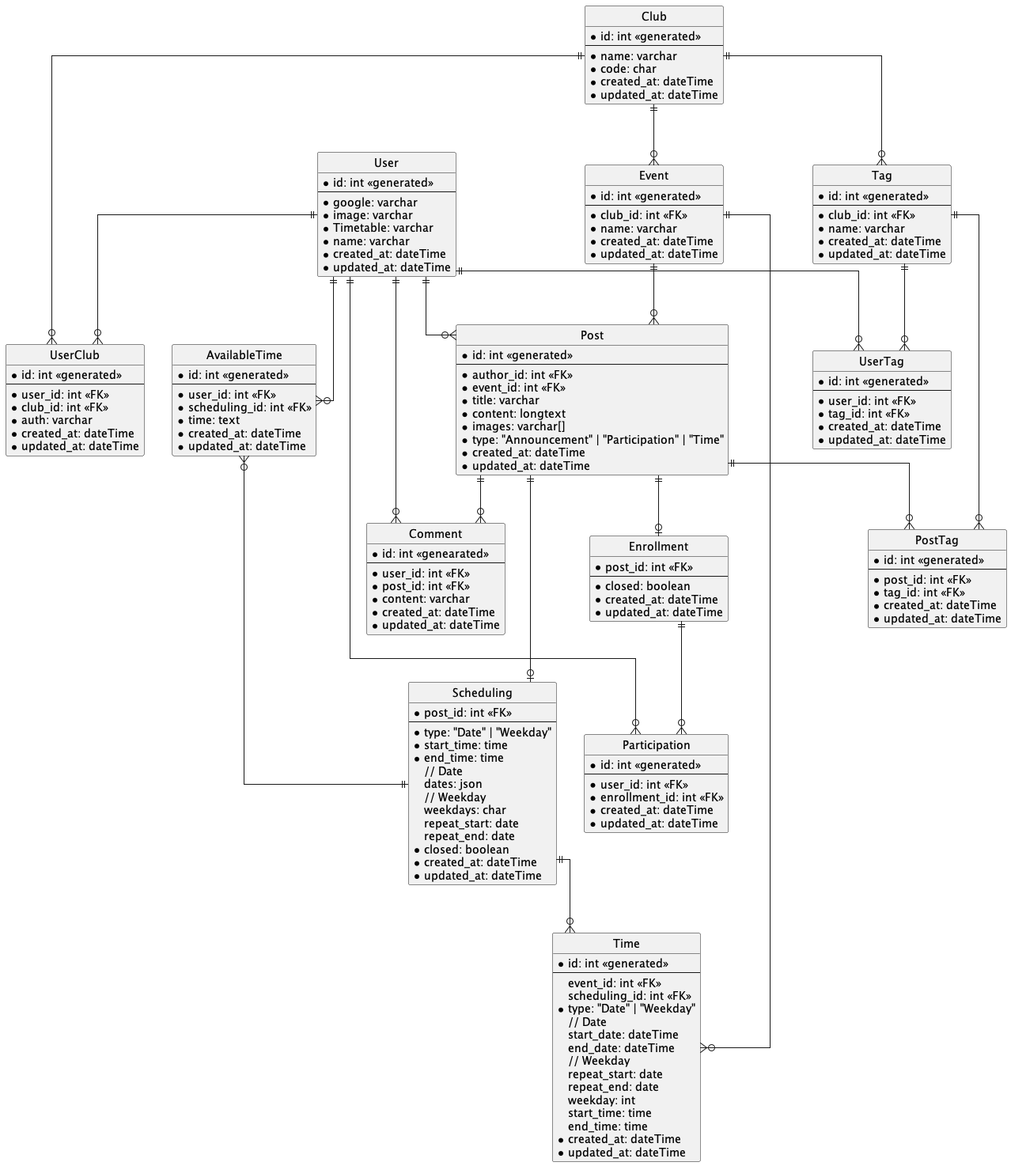
Earlier version of the PlantUML export udong-backend/docs/Udong.png (swsnu/swppfall2022-team1).
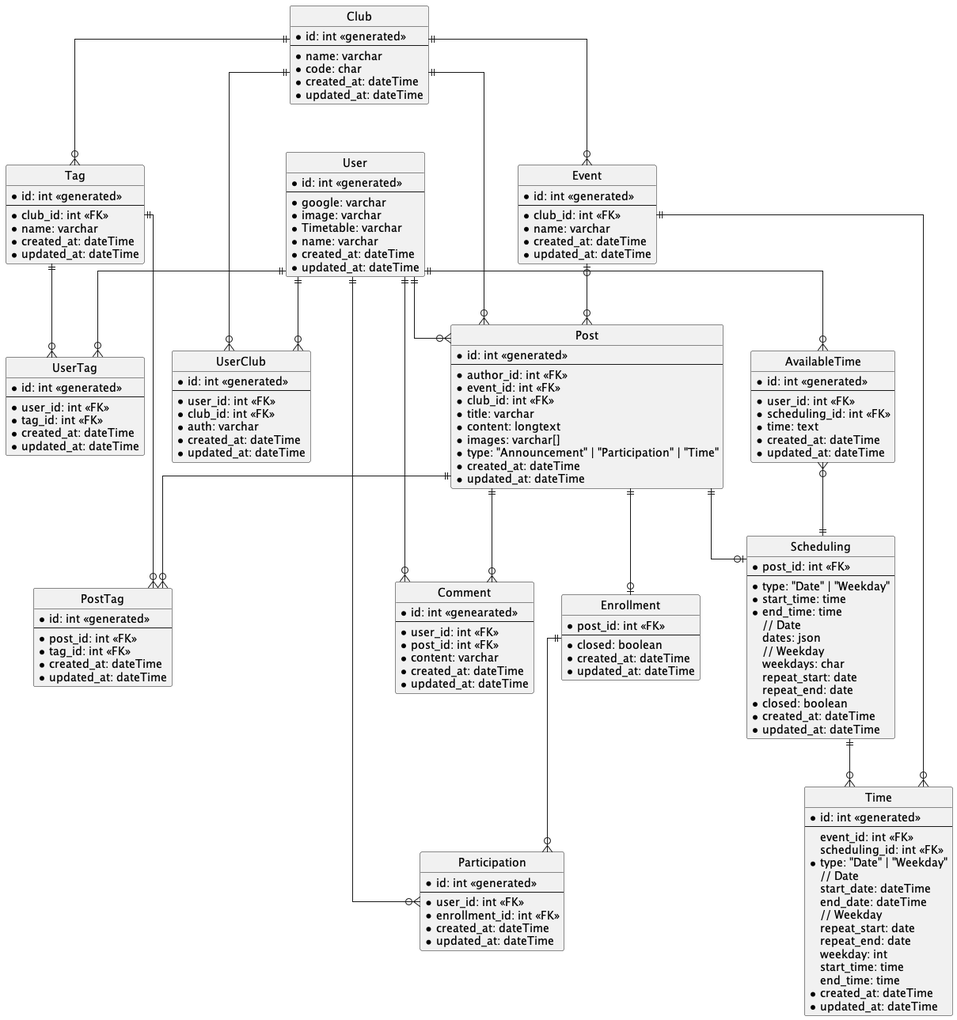
The same file after the commit.

Commit message:
:card_file_box: Backend: Update schema (#62)

What changed in the source:
```diff
@@ -84,6 +84,7 @@
   --
   *author_id: int <<FK>>
   *event_id: int <<FK>>
+  *club_id: int <<FK>>
   *title: varchar
   *content: longtext
   *images: varchar[]
@@ -161,7 +162,7 @@
 Time }o-left-|| Event
 User ||--o{ UserTag
 Tag ||--o{ UserTag
-Event ||-down-o{ Post
+Event |o-down-o{ Post
 Post }o-up-|| User
 Enrollment |o-up-|| Post
 Scheduling |o-up-|| Post
@@ -169,10 +170,11 @@
 User ||--o{ Participation
 Enrollment ||--o{ Participation
 User ||--o{ AvailableTime
-AvailableTime }o---|| Scheduling
+AvailableTime }o-d-|| Scheduling
 User ||--o{ Comment
 Post ||--o{ PostTag
 Tag }o-up-|| Club
 Tag ||--o{ PostTag
 Post ||--o{ Comment
+Post }o--|| Club
 @enduml
```
